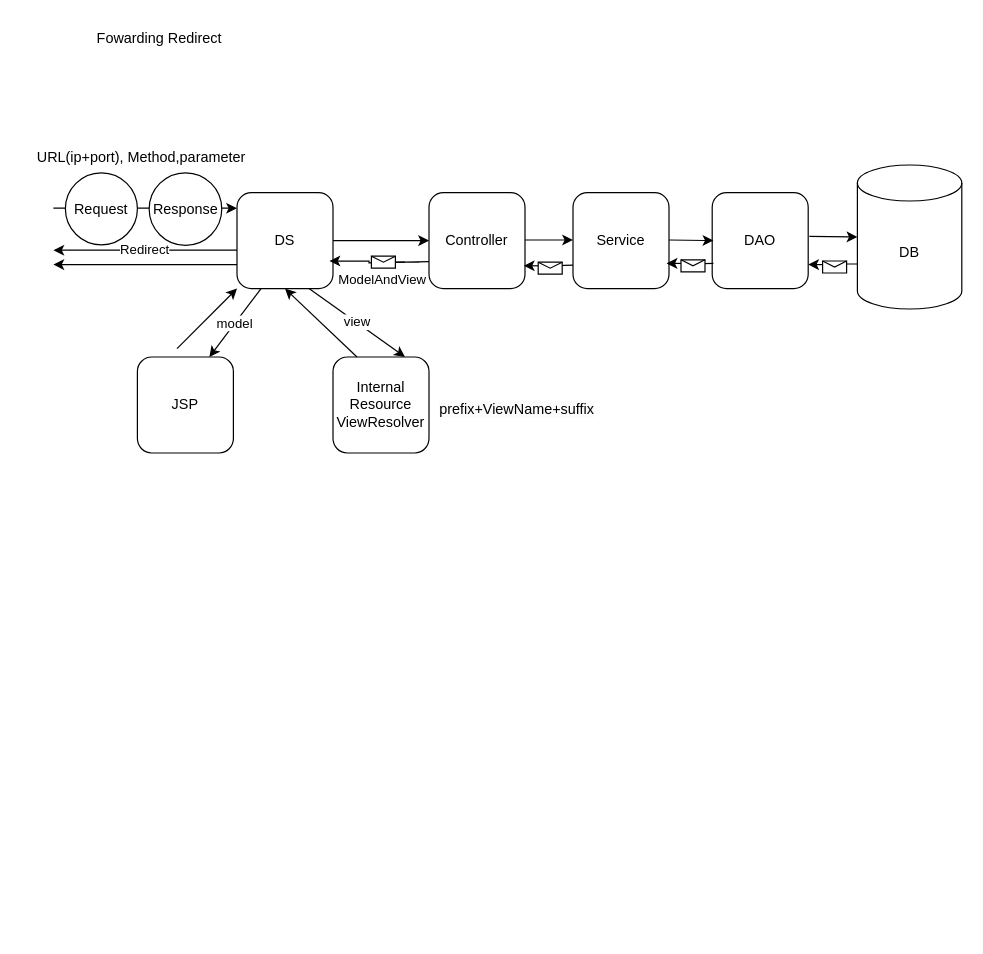
YoungDHi/GDJ60_Spring keeps this draw.io diagram as page "페이지-1" (1 of 3) of 제목 없는 다이어그램.drawio. Above is the earlier version. Source tidied: cells renumbered, new cells numbered last; positions are measured from the earlier drawing's top-left corner, leaving out a move shared by most shapes. Both pictures are drawn from the tidied source at 120%, with x=0, y=0 at pixel (20, 20).
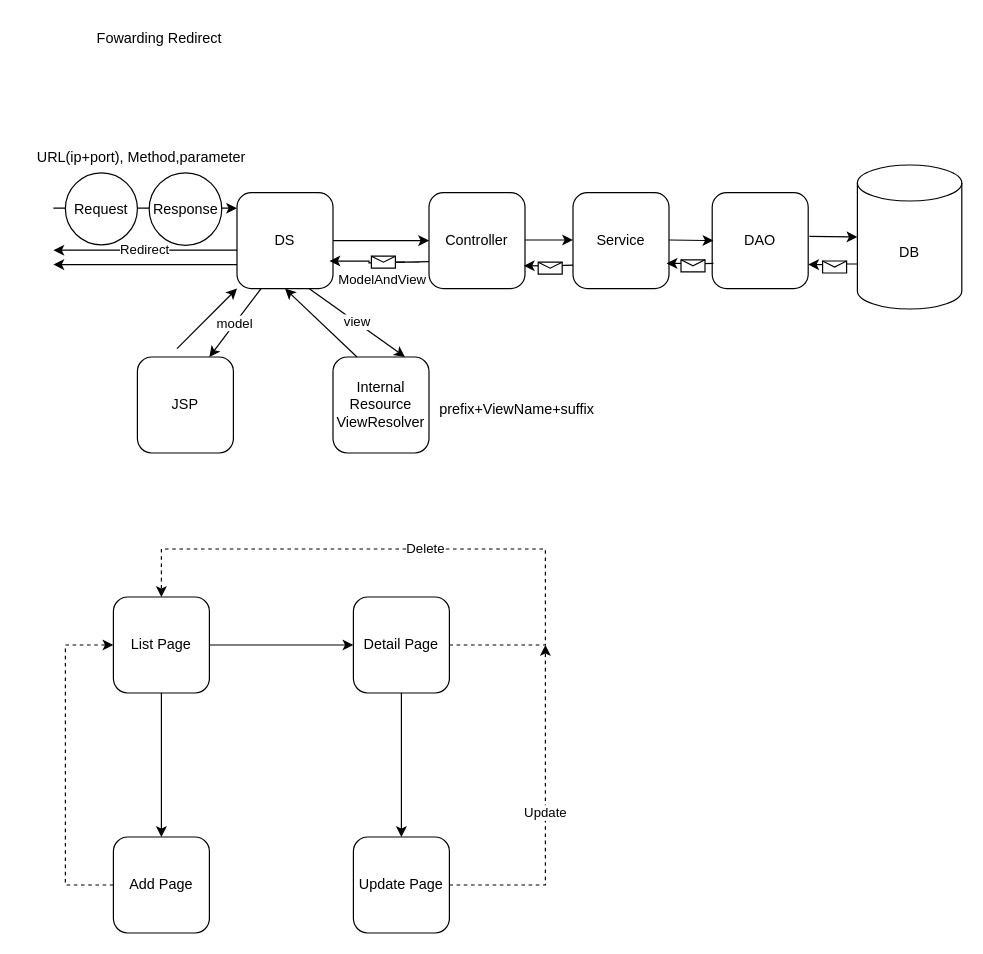
The same diagram, later.

Diff of the diagram source:
```diff
@@
+    <mxCell id="38" style="edgeStyle=orthogonalEdgeStyle;rounded=0;jettySize=auto;html=1;entryX=0;entryY=0.5;entryDx=0;entryDy=0;" parent="1" edge="1" source="40" target="43">
+      <mxGeometry relative="1" as="geometry" />
+    </mxCell>
+    <mxCell id="39" style="edgeStyle=orthogonalEdgeStyle;rounded=0;jettySize=auto;html=1;exitX=0.5;exitY=1;exitDx=0;exitDy=0;entryX=0.5;entryY=0;entryDx=0;entryDy=0;" parent="1" edge="1" source="40" target="45">
+      <mxGeometry relative="1" as="geometry" />
+    </mxCell>
+    <mxCell id="40" value="List Page" style="rounded=1;whiteSpace=wrap;html=1;" parent="1" vertex="1">
+      <mxGeometry x="77" y="480" width="80" height="80" as="geometry" />
+    </mxCell>
+    <mxCell id="41" value="Delete" style="edgeStyle=orthogonalEdgeStyle;rounded=0;jettySize=auto;html=1;exitX=1;exitY=0.5;exitDx=0;exitDy=0;entryX=0.5;entryY=0;entryDx=0;entryDy=0;dashed=1;" parent="1" edge="1" source="43" target="40">
+      <mxGeometry relative="1" as="geometry">
+        <Array as="points">
+          <mxPoint x="437" y="520" />
+          <mxPoint x="437" y="440" />
+          <mxPoint x="117" y="440" />
+        </Array>
+      </mxGeometry>
+    </mxCell>
+    <mxCell id="42" style="edgeStyle=orthogonalEdgeStyle;rounded=0;jettySize=auto;html=1;entryX=0.5;entryY=0;entryDx=0;entryDy=0;" parent="1" edge="1" source="43" target="47">
+      <mxGeometry relative="1" as="geometry" />
+    </mxCell>
+    <mxCell id="43" value="Detail Page" style="rounded=1;whiteSpace=wrap;html=1;" parent="1" vertex="1">
+      <mxGeometry x="277" y="480" width="80" height="80" as="geometry" />
+    </mxCell>
+    <mxCell id="44" style="jettySize=auto;html=1;exitX=0;exitY=0.5;exitDx=0;exitDy=0;entryX=0;entryY=0.5;entryDx=0;entryDy=0;edgeStyle=orthogonalEdgeStyle;rounded=0;dashed=1;" parent="1" edge="1" source="45" target="40">
+      <mxGeometry relative="1" as="geometry">
+        <Array as="points">
+          <mxPoint x="37" y="720" />
+          <mxPoint x="37" y="520" />
+        </Array>
+      </mxGeometry>
+    </mxCell>
+    <mxCell id="45" value="Add Page" style="rounded=1;whiteSpace=wrap;html=1;" parent="1" vertex="1">
+      <mxGeometry x="77" y="680" width="80" height="80" as="geometry" />
+    </mxCell>
+    <mxCell id="46" value="Update" style="edgeStyle=orthogonalEdgeStyle;rounded=0;jettySize=auto;html=1;exitX=1;exitY=0.5;exitDx=0;exitDy=0;dashed=1;" parent="1" edge="1" source="47">
+      <mxGeometry relative="1" as="geometry">
+        <mxPoint x="437" y="520" as="targetPoint" />
+        <Array as="points">
+          <mxPoint x="437" y="720" />
+          <mxPoint x="437" y="520" />
+        </Array>
+      </mxGeometry>
+    </mxCell>
+    <mxCell id="47" value="Update Page" style="rounded=1;whiteSpace=wrap;html=1;" parent="1" vertex="1">
+      <mxGeometry x="277" y="680" width="80" height="80" as="geometry" />
+    </mxCell>
```
